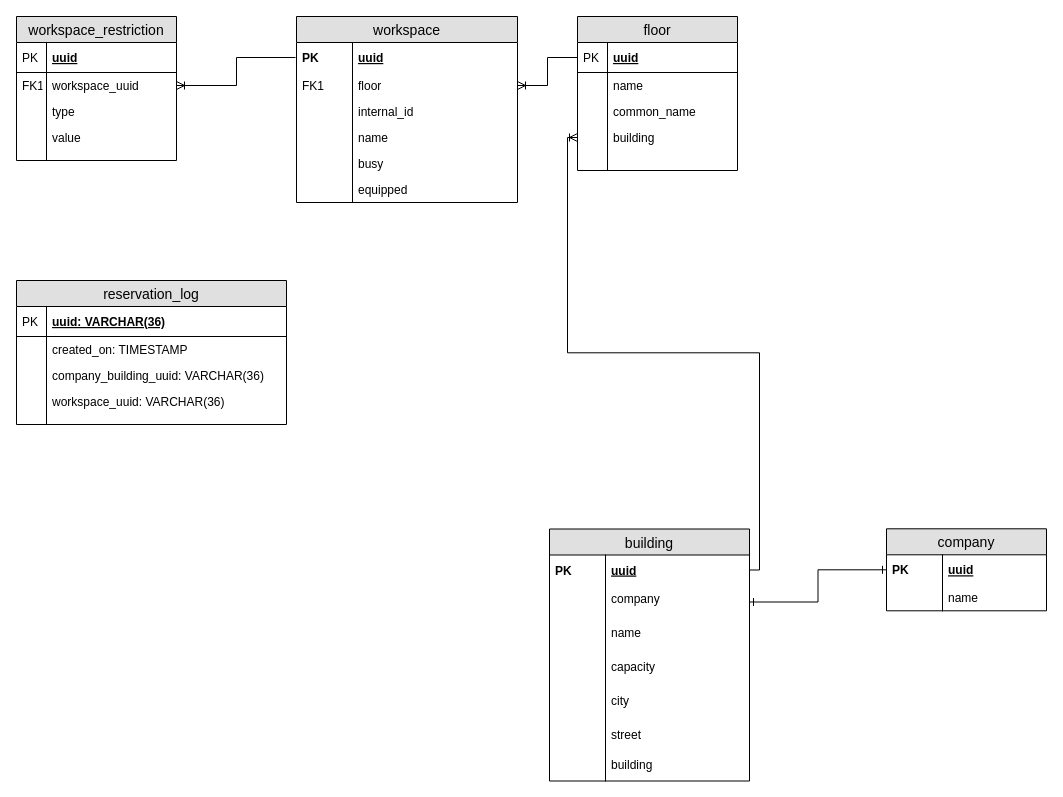
Earlier version of the draw.io diagram workplace-reservation-service-erd.drawio (Hunkizzz/project-zebra-diagrams). Source tidied: cells renumbered, new cells numbered last; positions are measured from the earlier drawing's top-left corner, leaving out a move shared by most shapes. Both pictures are drawn from the tidied source at 100%, with x=0, y=0 at pixel (16, 16).
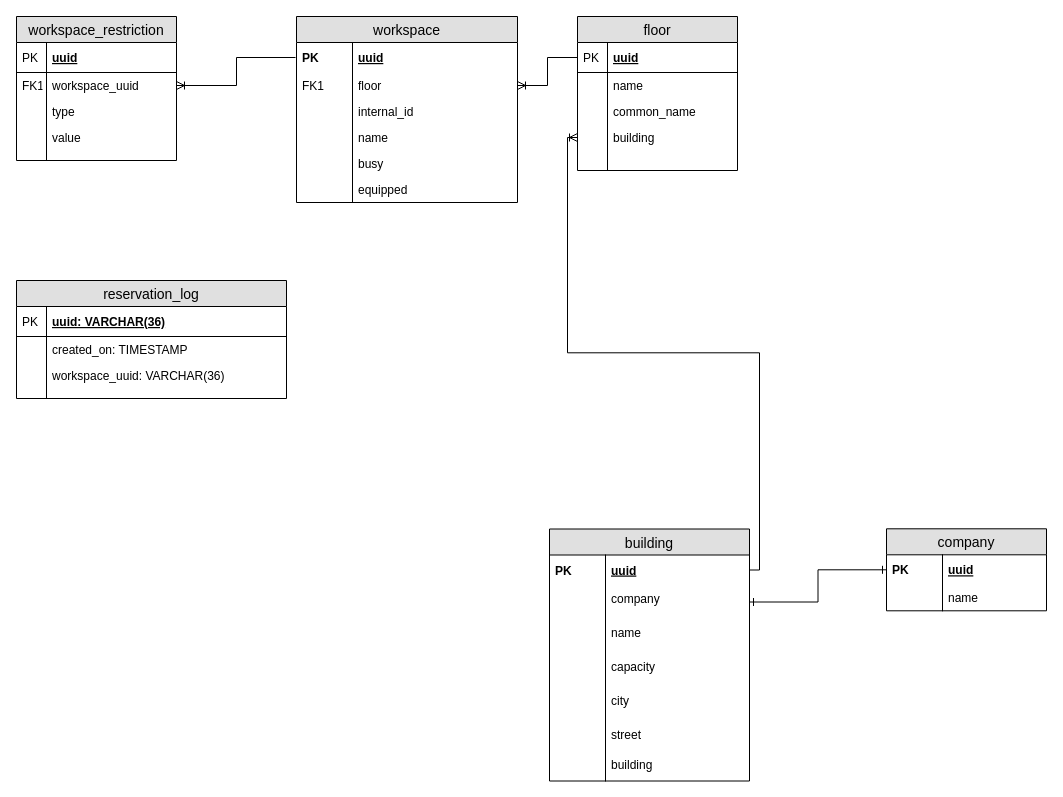
The same page after the edit.

Change to the diagram source:
```diff
@@
     <mxCell id="36" value="reservation_log" style="swimlane;fontStyle=0;horizontal=1;startSize=26;fillColor=#e0e0e0;swimlaneFillColor=#ffffff;align=center;fontSize=14;" parent="1" vertex="1">
-      <mxGeometry y="264" width="270" height="144" as="geometry" />
+      <mxGeometry y="264" width="270" height="118" as="geometry" />
     </mxCell>
@@
-    <mxCell id="41" value="company_building_uuid: VARCHAR(36)" style="shape=partialRectangle;top=0;left=0;right=0;bottom=0;align=left;verticalAlign=top;fillColor=none;spacingLeft=34;spacingRight=4;overflow=hidden;fontSize=12;" parent="36" vertex="1">
-      <mxGeometry y="82" width="270" height="26" as="geometry" />
-    </mxCell>
-    <mxCell id="42" style="shape=partialRectangle;top=0;left=0;bottom=0;fillColor=none;align=left;verticalAlign=top;spacingLeft=4;spacingRight=4;overflow=hidden;fontSize=12;" parent="41" vertex="1">
-      <mxGeometry width="30" height="26" as="geometry" />
-    </mxCell>
     <mxCell id="43" value="workspace_uuid: VARCHAR(36)" style="shape=partialRectangle;top=0;left=0;right=0;bottom=0;align=left;verticalAlign=top;fillColor=none;spacingLeft=34;spacingRight=4;overflow=hidden;fontSize=12;" parent="36" vertex="1">
-      <mxGeometry y="108" width="270" height="26" as="geometry" />
+      <mxGeometry y="82" width="270" height="26" as="geometry" />
     </mxCell>
@@
     <mxCell id="45" style="shape=partialRectangle;top=0;left=0;right=0;bottom=0;align=left;verticalAlign=top;fillColor=none;spacingLeft=34;spacingRight=4;overflow=hidden;fontSize=12;" parent="36" vertex="1">
-      <mxGeometry y="134" width="270" height="10" as="geometry" />
+      <mxGeometry y="108" width="270" height="10" as="geometry" />
     </mxCell>
```
